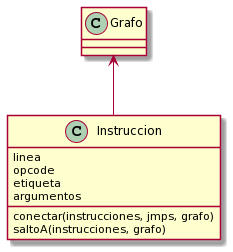
SBen-IV/tp2-Taller1 keeps this PlantUML diagram as diagramas/Instruccion_class.png. Above is the earlier version.
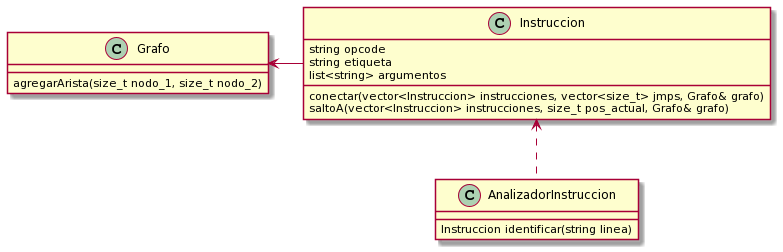
The same diagram one commit later.

The edit, as a diff of the source:
```diff
@@ -1,12 +1,20 @@
 @startuml
-Grafo <-- Instruccion
+class Instruccion {
+  {field}string opcode
+  {field}string etiqueta
+  {field}list<string> argumentos
+  {method}conectar(vector<Instruccion> instrucciones, vector<size_t> jmps, Grafo& grafo)
+  {method}saltoA(vector<Instruccion> instrucciones, size_t pos_actual, Grafo& grafo)
+}
 
-class Instruccion {
-  {field}linea
-  {field}opcode
-  {field}etiqueta
-  {field}argumentos
-  {method}conectar(instrucciones, jmps, grafo)
-  {method}saltoA(instrucciones, grafo)
+class Grafo {
+  {method}agregarArista(size_t nodo_1, size_t nodo_2)
 }
+
+class AnalizadorInstruccion {
+  {method}Instruccion identificar(string linea)
+}
+
+Instruccion -left-> Grafo
+AnalizadorInstruccion .up.> Instruccion
 @enduml
```
